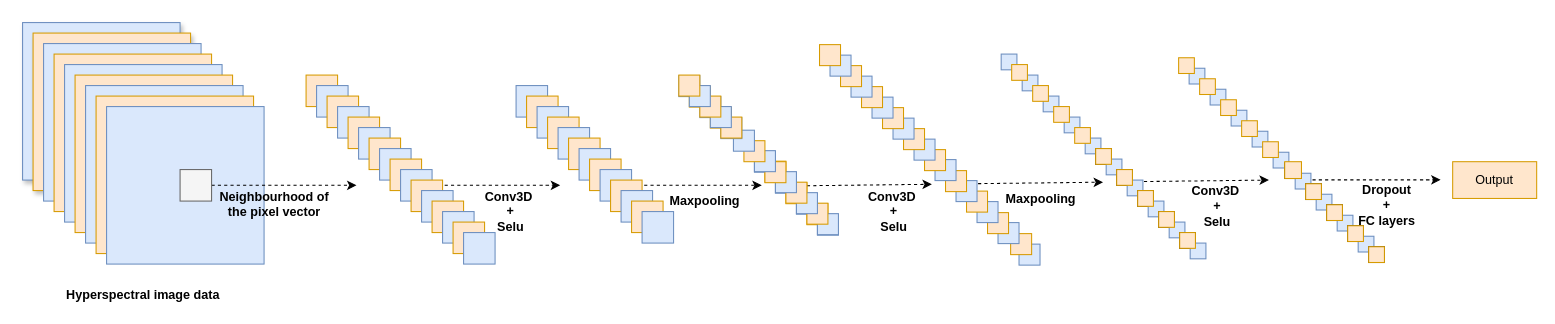
Earlier version of the draw.io diagram page "Page-1" (1 of 2) of app/Untitled Diagram.drawio (Vampire112/FJNU_Ordering). Source tidied: cells renumbered, new cells numbered last; positions are measured from the earlier drawing's top-left corner, leaving out a move shared by most shapes. Both pictures are drawn from the tidied source at 105%, with x=0, y=0 at pixel (22, 22).
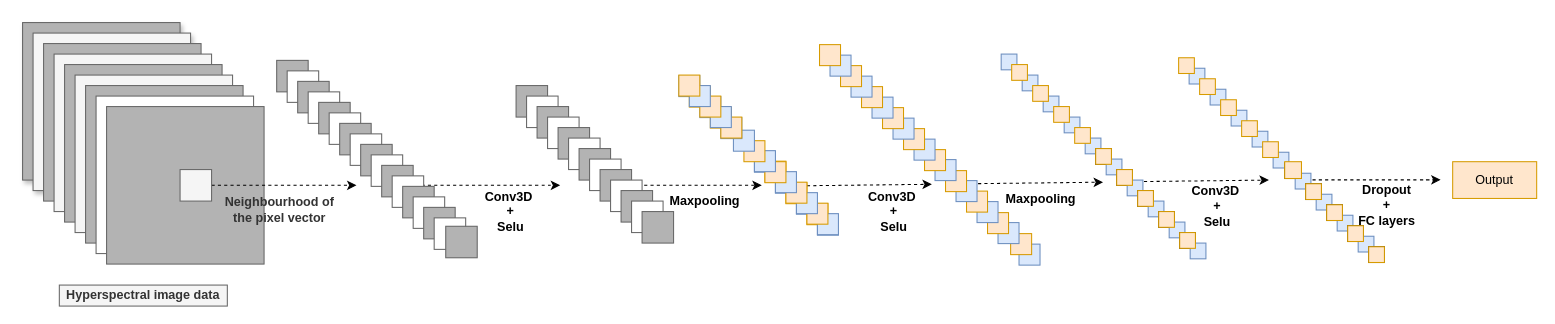
The same diagram, later.

The change refers to these unchanged cells:
```xml
<mxCell id="41" style="group;shadow=0;" parent="40" vertex="1">
  <mxGeometry width="150" height="150" as="geometry" />
</mxCell>
```

What changed in the source:
```diff
@@
-    <mxCell id="5" style="whiteSpace=wrap;html=1;fillColor=#dae8fc;strokeColor=#6c8ebf;shadow=1;" parent="1" vertex="1">
+    <mxCell id="5" style="whiteSpace=wrap;html=1;strokeColor=#666666;shadow=1;fontColor=#333333;fillColor=#B3B3B3;" parent="1" vertex="1">
       <mxGeometry width="150" height="150" as="geometry" />
     </mxCell>
-    <mxCell id="6" style="whiteSpace=wrap;html=1;fillColor=#ffe6cc;strokeColor=#d79b00;shadow=1;" parent="1" vertex="1">
+    <mxCell id="6" style="whiteSpace=wrap;html=1;fillColor=#f5f5f5;strokeColor=#666666;shadow=1;fontColor=#333333;" parent="1" vertex="1">
       <mxGeometry x="10" y="10" width="150" height="150" as="geometry" />
     </mxCell>
-    <mxCell id="7" style="whiteSpace=wrap;html=1;fillColor=#dae8fc;strokeColor=#6c8ebf;shadow=0;" parent="1" vertex="1">
+    <mxCell id="7" style="whiteSpace=wrap;html=1;strokeColor=#666666;shadow=0;fontColor=#333333;fillColor=#B3B3B3;" parent="1" vertex="1">
       <mxGeometry x="20" y="20" width="150" height="150" as="geometry" />
     </mxCell>
-    <mxCell id="8" style="whiteSpace=wrap;html=1;fillColor=#ffe6cc;strokeColor=#d79b00;shadow=0;" parent="1" vertex="1">
+    <mxCell id="8" style="whiteSpace=wrap;html=1;fillColor=#f5f5f5;strokeColor=#666666;shadow=0;fontColor=#333333;" parent="1" vertex="1">
       <mxGeometry x="30" y="30" width="150" height="150" as="geometry" />
     </mxCell>
-    <mxCell id="9" style="whiteSpace=wrap;html=1;fillColor=#dae8fc;strokeColor=#6c8ebf;shadow=0;" parent="1" vertex="1">
+    <mxCell id="9" style="whiteSpace=wrap;html=1;strokeColor=#666666;shadow=0;fontColor=#333333;fillColor=#B3B3B3;" parent="1" vertex="1">
       <mxGeometry x="40" y="40" width="150" height="150" as="geometry" />
     </mxCell>
-    <mxCell id="10" style="whiteSpace=wrap;html=1;fillColor=#ffe6cc;strokeColor=#d79b00;shadow=0;" parent="1" vertex="1">
+    <mxCell id="10" style="whiteSpace=wrap;html=1;fillColor=#f5f5f5;strokeColor=#666666;shadow=0;fontColor=#333333;" parent="1" vertex="1">
       <mxGeometry x="50" y="50" width="150" height="150" as="geometry" />
     </mxCell>
-    <mxCell id="11" style="whiteSpace=wrap;html=1;fillColor=#dae8fc;strokeColor=#6c8ebf;shadow=0;" parent="1" vertex="1">
+    <mxCell id="11" style="whiteSpace=wrap;html=1;strokeColor=#666666;shadow=0;fontColor=#333333;fillColor=#B3B3B3;" parent="1" vertex="1">
       <mxGeometry x="60" y="60" width="150" height="150" as="geometry" />
     </mxCell>
-    <mxCell id="12" style="whiteSpace=wrap;html=1;fillColor=#ffe6cc;strokeColor=#d79b00;shadow=0;" parent="1" vertex="1">
+    <mxCell id="12" style="whiteSpace=wrap;html=1;shadow=0;strokeColor=#666666;" parent="1" vertex="1">
       <mxGeometry x="70" y="70" width="150" height="150" as="geometry" />
     </mxCell>
-    <mxCell id="13" style="whiteSpace=wrap;html=1;fillColor=#dae8fc;strokeColor=#6c8ebf;shadow=0;" parent="1" vertex="1">
+    <mxCell id="13" style="whiteSpace=wrap;html=1;strokeColor=#666666;shadow=0;fontColor=#333333;fillColor=#B3B3B3;" parent="1" vertex="1">
       <mxGeometry x="80" y="80" width="150" height="150" as="geometry" />
     </mxCell>
-    <mxCell id="14" value="Hyperspectral image data" style="text;html=1;strokeColor=none;fillColor=none;align=center;verticalAlign=middle;whiteSpace=wrap;fontStyle=1;shadow=0;" parent="1" vertex="1">
+    <mxCell id="14" value="Hyperspectral image data" style="text;html=1;strokeColor=#666666;fillColor=#f5f5f5;align=center;verticalAlign=middle;whiteSpace=wrap;fontStyle=1;shadow=0;fontColor=#333333;" parent="1" vertex="1">
       <mxGeometry x="35" y="250" width="160" height="20" as="geometry" />
     </mxCell>
@@
-    <mxCell id="17" value="&lt;span style=&quot;font-weight: 700&quot;&gt;Neighbourhood of the pixel vector&lt;/span&gt;" style="text;html=1;strokeColor=none;fillColor=none;align=center;verticalAlign=middle;whiteSpace=wrap;labelBackgroundColor=none;shadow=0;" parent="1" vertex="1">
-      <mxGeometry x="185" y="162.5" width="110" height="20" as="geometry" />
+    <mxCell id="17" value="&lt;span style=&quot;font-weight: 700&quot;&gt;Neighbourhood of the pixel vector&lt;/span&gt;" style="text;html=1;align=center;verticalAlign=middle;whiteSpace=wrap;labelBackgroundColor=none;shadow=0;fontColor=#333333;" parent="1" vertex="1">
+      <mxGeometry x="190" y="167.5" width="110" height="20" as="geometry" />
     </mxCell>
@@
     <mxCell id="22" style="group;shadow=0;" parent="1" vertex="1">
-      <mxGeometry x="270" y="50" width="180" height="180" as="geometry" />
+      <mxGeometry x="242" y="36" width="194" height="188" as="geometry" />
     </mxCell>
-    <mxCell id="23" style="whiteSpace=wrap;html=1;labelBackgroundColor=none;fillColor=#ffe6cc;strokeColor=#d79b00;shadow=0;" parent="22" vertex="1">
+    <mxCell id="23" style="whiteSpace=wrap;html=1;labelBackgroundColor=none;shadow=0;fillColor=#B3B3B3;strokeColor=#666666;" parent="22" vertex="1">
       <mxGeometry width="30" height="30" as="geometry" />
     </mxCell>
-    <mxCell id="24" style="whiteSpace=wrap;html=1;labelBackgroundColor=none;fillColor=#dae8fc;strokeColor=#6c8ebf;shadow=0;" parent="22" vertex="1">
+    <mxCell id="24" style="whiteSpace=wrap;html=1;labelBackgroundColor=none;shadow=0;fillColor=#FFFFFF;strokeColor=#666666;" parent="22" vertex="1">
       <mxGeometry x="10" y="10" width="30" height="30" as="geometry" />
     </mxCell>
-    <mxCell id="25" style="whiteSpace=wrap;html=1;labelBackgroundColor=none;fillColor=#ffe6cc;strokeColor=#d79b00;shadow=0;" parent="22" vertex="1">
+    <mxCell id="25" style="whiteSpace=wrap;html=1;labelBackgroundColor=none;shadow=0;fillColor=#B3B3B3;strokeColor=#666666;" parent="22" vertex="1">
       <mxGeometry x="20" y="20" width="30" height="30" as="geometry" />
     </mxCell>
-    <mxCell id="26" style="whiteSpace=wrap;html=1;labelBackgroundColor=none;fillColor=#dae8fc;strokeColor=#6c8ebf;shadow=0;" parent="22" vertex="1">
+    <mxCell id="26" style="whiteSpace=wrap;html=1;labelBackgroundColor=none;shadow=0;fillColor=#FFFFFF;strokeColor=#666666;" parent="22" vertex="1">
       <mxGeometry x="30" y="30" width="30" height="30" as="geometry" />
     </mxCell>
-    <mxCell id="27" style="whiteSpace=wrap;html=1;labelBackgroundColor=none;fillColor=#ffe6cc;strokeColor=#d79b00;shadow=0;" parent="22" vertex="1">
+    <mxCell id="27" style="whiteSpace=wrap;html=1;labelBackgroundColor=none;shadow=0;fillColor=#B3B3B3;strokeColor=#666666;" parent="22" vertex="1">
       <mxGeometry x="40" y="40" width="30" height="30" as="geometry" />
     </mxCell>
-    <mxCell id="28" style="whiteSpace=wrap;html=1;labelBackgroundColor=none;fillColor=#dae8fc;strokeColor=#6c8ebf;shadow=0;" parent="22" vertex="1">
+    <mxCell id="28" style="whiteSpace=wrap;html=1;labelBackgroundColor=none;shadow=0;fillColor=#FFFFFF;strokeColor=#666666;" parent="22" vertex="1">
       <mxGeometry x="50" y="50" width="30" height="30" as="geometry" />
     </mxCell>
-    <mxCell id="29" style="whiteSpace=wrap;html=1;labelBackgroundColor=none;fillColor=#ffe6cc;strokeColor=#d79b00;shadow=0;" parent="22" vertex="1">
+    <mxCell id="29" style="whiteSpace=wrap;html=1;labelBackgroundColor=none;shadow=0;fillColor=#B3B3B3;strokeColor=#666666;" parent="22" vertex="1">
       <mxGeometry x="60" y="60" width="30" height="30" as="geometry" />
     </mxCell>
-    <mxCell id="30" style="whiteSpace=wrap;html=1;labelBackgroundColor=none;fillColor=#dae8fc;strokeColor=#6c8ebf;shadow=0;" parent="22" vertex="1">
+    <mxCell id="30" style="whiteSpace=wrap;html=1;labelBackgroundColor=none;shadow=0;fillColor=#FFFFFF;strokeColor=#666666;" parent="22" vertex="1">
       <mxGeometry x="70" y="70" width="30" height="30" as="geometry" />
     </mxCell>
-    <mxCell id="31" style="whiteSpace=wrap;html=1;labelBackgroundColor=none;fillColor=#ffe6cc;strokeColor=#d79b00;shadow=0;" parent="22" vertex="1">
+    <mxCell id="31" style="whiteSpace=wrap;html=1;labelBackgroundColor=none;shadow=0;fillColor=#B3B3B3;strokeColor=#666666;" parent="22" vertex="1">
       <mxGeometry x="80" y="80" width="30" height="30" as="geometry" />
     </mxCell>
-    <mxCell id="32" style="whiteSpace=wrap;html=1;labelBackgroundColor=none;fillColor=#dae8fc;strokeColor=#6c8ebf;shadow=0;" parent="22" vertex="1">
+    <mxCell id="32" style="whiteSpace=wrap;html=1;labelBackgroundColor=none;shadow=0;fillColor=#FFFFFF;strokeColor=#666666;" parent="22" vertex="1">
       <mxGeometry x="90" y="90" width="30" height="30" as="geometry" />
     </mxCell>
-    <mxCell id="33" style="whiteSpace=wrap;html=1;labelBackgroundColor=none;fillColor=#ffe6cc;strokeColor=#d79b00;shadow=0;" parent="22" vertex="1">
+    <mxCell id="33" style="whiteSpace=wrap;html=1;labelBackgroundColor=none;shadow=0;fillColor=#B3B3B3;strokeColor=#666666;" parent="22" vertex="1">
       <mxGeometry x="100" y="100" width="30" height="30" as="geometry" />
     </mxCell>
-    <mxCell id="34" style="whiteSpace=wrap;html=1;labelBackgroundColor=none;fillColor=#dae8fc;strokeColor=#6c8ebf;shadow=0;" parent="22" vertex="1">
+    <mxCell id="34" style="whiteSpace=wrap;html=1;labelBackgroundColor=none;shadow=0;fillColor=#FFFFFF;strokeColor=#666666;" parent="22" vertex="1">
       <mxGeometry x="110" y="110" width="30" height="30" as="geometry" />
     </mxCell>
-    <mxCell id="35" style="whiteSpace=wrap;html=1;labelBackgroundColor=none;fillColor=#ffe6cc;strokeColor=#d79b00;shadow=0;" parent="22" vertex="1">
+    <mxCell id="35" style="whiteSpace=wrap;html=1;labelBackgroundColor=none;shadow=0;fillColor=#B3B3B3;strokeColor=#666666;" parent="22" vertex="1">
       <mxGeometry x="120" y="120" width="30" height="30" as="geometry" />
     </mxCell>
-    <mxCell id="36" style="whiteSpace=wrap;html=1;labelBackgroundColor=none;fillColor=#dae8fc;strokeColor=#6c8ebf;shadow=0;" parent="22" vertex="1">
+    <mxCell id="36" style="whiteSpace=wrap;html=1;labelBackgroundColor=none;shadow=0;fillColor=#FFFFFF;strokeColor=#666666;" parent="22" vertex="1">
       <mxGeometry x="130" y="130" width="30" height="30" as="geometry" />
     </mxCell>
-    <mxCell id="37" style="whiteSpace=wrap;html=1;labelBackgroundColor=none;fillColor=#ffe6cc;strokeColor=#d79b00;shadow=0;" parent="22" vertex="1">
+    <mxCell id="37" style="whiteSpace=wrap;html=1;labelBackgroundColor=none;shadow=0;fillColor=#B3B3B3;strokeColor=#666666;" parent="22" vertex="1">
       <mxGeometry x="140" y="140" width="30" height="30" as="geometry" />
     </mxCell>
-    <mxCell id="38" style="whiteSpace=wrap;html=1;labelBackgroundColor=none;fillColor=#dae8fc;strokeColor=#6c8ebf;shadow=0;" parent="22" vertex="1">
+    <mxCell id="38" style="whiteSpace=wrap;html=1;labelBackgroundColor=none;shadow=0;fillColor=#FFFFFF;strokeColor=#666666;" parent="22" vertex="1">
       <mxGeometry x="150" y="150" width="30" height="30" as="geometry" />
     </mxCell>
+    <mxCell id="156" style="whiteSpace=wrap;html=1;labelBackgroundColor=none;shadow=0;fillColor=#B3B3B3;strokeColor=#666666;" parent="22" vertex="1">
+      <mxGeometry x="161" y="158" width="30" height="30" as="geometry" />
+    </mxCell>
@@
-    <mxCell id="42" style="whiteSpace=wrap;html=1;labelBackgroundColor=none;fillColor=#dae8fc;strokeColor=#6c8ebf;shadow=0;" parent="41" vertex="1">
+    <mxCell id="42" style="whiteSpace=wrap;html=1;labelBackgroundColor=none;shadow=0;fillColor=#B3B3B3;strokeColor=#666666;" parent="41" vertex="1">
       <mxGeometry width="30" height="30" as="geometry" />
     </mxCell>
-    <mxCell id="43" style="whiteSpace=wrap;html=1;labelBackgroundColor=none;fillColor=#ffe6cc;strokeColor=#d79b00;shadow=0;" parent="41" vertex="1">
+    <mxCell id="43" style="whiteSpace=wrap;html=1;labelBackgroundColor=none;shadow=0;strokeColor=#666666;" parent="41" vertex="1">
       <mxGeometry x="10" y="10" width="30" height="30" as="geometry" />
     </mxCell>
-    <mxCell id="44" style="whiteSpace=wrap;html=1;labelBackgroundColor=none;fillColor=#dae8fc;strokeColor=#6c8ebf;shadow=0;" parent="41" vertex="1">
+    <mxCell id="44" style="whiteSpace=wrap;html=1;labelBackgroundColor=none;shadow=0;fillColor=#B3B3B3;strokeColor=#666666;" parent="41" vertex="1">
       <mxGeometry x="20" y="20" width="30" height="30" as="geometry" />
     </mxCell>
-    <mxCell id="45" style="whiteSpace=wrap;html=1;labelBackgroundColor=none;fillColor=#ffe6cc;strokeColor=#d79b00;shadow=0;" parent="41" vertex="1">
+    <mxCell id="45" style="whiteSpace=wrap;html=1;labelBackgroundColor=none;shadow=0;strokeColor=#666666;" parent="41" vertex="1">
       <mxGeometry x="30" y="30" width="30" height="30" as="geometry" />
     </mxCell>
-    <mxCell id="46" style="whiteSpace=wrap;html=1;labelBackgroundColor=none;fillColor=#dae8fc;strokeColor=#6c8ebf;shadow=0;" parent="41" vertex="1">
+    <mxCell id="46" style="whiteSpace=wrap;html=1;labelBackgroundColor=none;shadow=0;fillColor=#B3B3B3;strokeColor=#666666;" parent="41" vertex="1">
       <mxGeometry x="40" y="40" width="30" height="30" as="geometry" />
     </mxCell>
-    <mxCell id="47" style="whiteSpace=wrap;html=1;labelBackgroundColor=none;fillColor=#ffe6cc;strokeColor=#d79b00;shadow=0;" parent="41" vertex="1">
+    <mxCell id="47" style="whiteSpace=wrap;html=1;labelBackgroundColor=none;shadow=0;strokeColor=#666666;" parent="41" vertex="1">
       <mxGeometry x="50" y="50" width="30" height="30" as="geometry" />
     </mxCell>
-    <mxCell id="48" style="whiteSpace=wrap;html=1;labelBackgroundColor=none;fillColor=#dae8fc;strokeColor=#6c8ebf;shadow=0;" parent="41" vertex="1">
+    <mxCell id="48" style="whiteSpace=wrap;html=1;labelBackgroundColor=none;shadow=0;fillColor=#B3B3B3;strokeColor=#666666;" parent="41" vertex="1">
       <mxGeometry x="60" y="60" width="30" height="30" as="geometry" />
     </mxCell>
-    <mxCell id="49" style="whiteSpace=wrap;html=1;labelBackgroundColor=none;fillColor=#ffe6cc;strokeColor=#d79b00;shadow=0;" parent="41" vertex="1">
+    <mxCell id="49" style="whiteSpace=wrap;html=1;labelBackgroundColor=none;shadow=0;strokeColor=#666666;" parent="41" vertex="1">
       <mxGeometry x="70" y="70" width="30" height="30" as="geometry" />
     </mxCell>
-    <mxCell id="50" style="whiteSpace=wrap;html=1;labelBackgroundColor=none;fillColor=#dae8fc;strokeColor=#6c8ebf;shadow=0;" parent="41" vertex="1">
+    <mxCell id="50" style="whiteSpace=wrap;html=1;labelBackgroundColor=none;shadow=0;fillColor=#B3B3B3;strokeColor=#666666;" parent="41" vertex="1">
       <mxGeometry x="80" y="80" width="30" height="30" as="geometry" />
     </mxCell>
-    <mxCell id="51" style="whiteSpace=wrap;html=1;labelBackgroundColor=none;fillColor=#ffe6cc;strokeColor=#d79b00;shadow=0;" parent="41" vertex="1">
+    <mxCell id="51" style="whiteSpace=wrap;html=1;labelBackgroundColor=none;shadow=0;strokeColor=#666666;" parent="41" vertex="1">
       <mxGeometry x="90" y="90" width="30" height="30" as="geometry" />
     </mxCell>
-    <mxCell id="52" style="whiteSpace=wrap;html=1;labelBackgroundColor=none;fillColor=#dae8fc;strokeColor=#6c8ebf;shadow=0;" parent="41" vertex="1">
+    <mxCell id="52" style="whiteSpace=wrap;html=1;labelBackgroundColor=none;shadow=0;fillColor=#B3B3B3;strokeColor=#666666;" parent="41" vertex="1">
       <mxGeometry x="100" y="100" width="30" height="30" as="geometry" />
     </mxCell>
-    <mxCell id="53" style="whiteSpace=wrap;html=1;labelBackgroundColor=none;fillColor=#ffe6cc;strokeColor=#d79b00;shadow=0;" parent="41" vertex="1">
+    <mxCell id="53" style="whiteSpace=wrap;html=1;labelBackgroundColor=none;shadow=0;strokeColor=#666666;" parent="41" vertex="1">
       <mxGeometry x="110" y="110" width="30" height="30" as="geometry" />
     </mxCell>
-    <mxCell id="54" style="whiteSpace=wrap;html=1;labelBackgroundColor=none;fillColor=#dae8fc;strokeColor=#6c8ebf;shadow=0;" parent="41" vertex="1">
+    <mxCell id="54" style="whiteSpace=wrap;html=1;labelBackgroundColor=none;shadow=0;fillColor=#B3B3B3;strokeColor=#666666;" parent="41" vertex="1">
       <mxGeometry x="120" y="120" width="30" height="30" as="geometry" />
     </mxCell>
```
